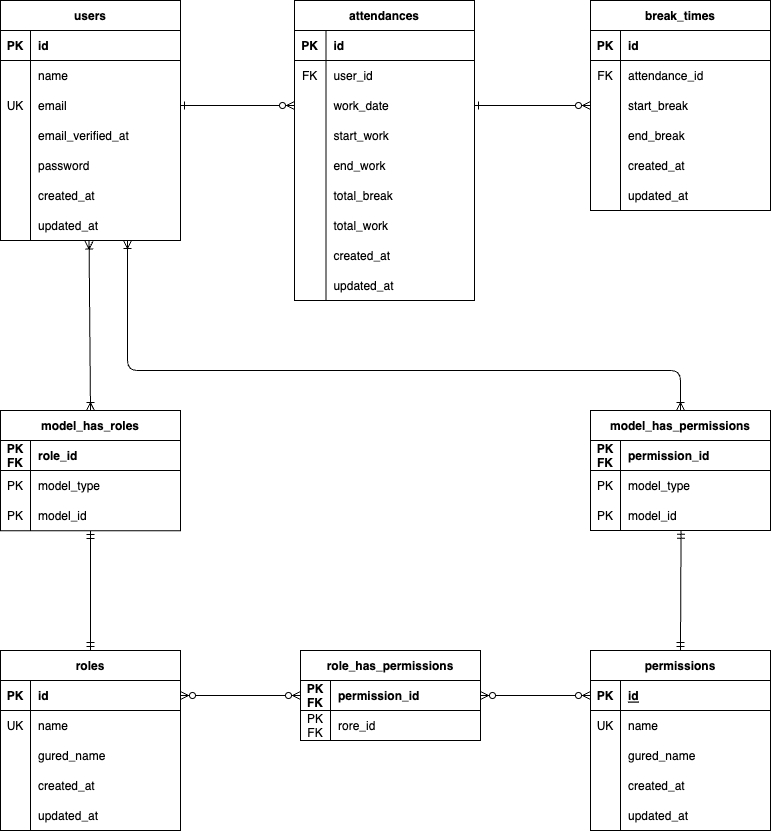
Above: atte-er.drawio.png in mdrgreen39/atte (draw.io), before the change. Source tidied: cells renumbered, new cells last; positions are measured from the earlier drawing's top-left corner, leaving out a move shared by most shapes.
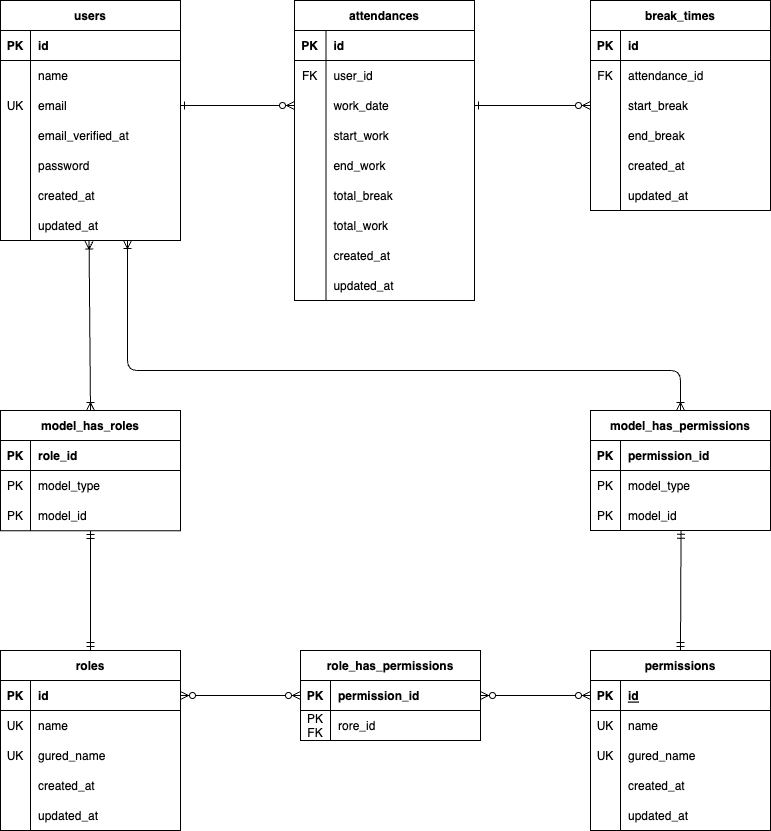
Later version of the same file.

Commit message:
ER図・テーブル図修正

The edit, as a diff of the source:
```diff
@@ -233,7 +233,7 @@
     <mxCell id="78" style="shape=tableRow;horizontal=0;startSize=0;swimlaneHead=0;swimlaneBody=0;fillColor=none;top=0;left=0;right=0;bottom=0;" parent="71" vertex="1">
       <mxGeometry y="90" width="180" height="30" as="geometry" />
     </mxCell>
-    <mxCell id="79" style="shape=partialRectangle;fillColor=none;top=0;left=0;bottom=0;right=0;overflow=hidden;fontColor=#000000;" parent="78" vertex="1">
+    <mxCell id="79" value="UK" style="shape=partialRectangle;fillColor=none;top=0;left=0;bottom=0;right=0;overflow=hidden;fontColor=#000000;" parent="78" vertex="1">
       <mxGeometry width="30" height="30" as="geometry" />
     </mxCell>
     <mxCell id="80" value="gured_name" style="shape=partialRectangle;fillColor=none;top=0;left=0;bottom=0;right=0;align=left;spacingLeft=6;overflow=hidden;fontColor=#000000;" parent="78" vertex="1">
@@ -281,7 +281,7 @@
     <mxCell id="94" style="shape=tableRow;horizontal=0;startSize=0;swimlaneHead=0;swimlaneBody=0;fillColor=none;top=0;left=0;right=0;bottom=0;" parent="87" vertex="1">
       <mxGeometry y="90" width="180" height="30" as="geometry" />
     </mxCell>
-    <mxCell id="95" style="shape=partialRectangle;fillColor=none;top=0;left=0;bottom=0;right=0;overflow=hidden;fontColor=#000000;" parent="94" vertex="1">
+    <mxCell id="95" value="UK" style="shape=partialRectangle;fillColor=none;top=0;left=0;bottom=0;right=0;overflow=hidden;fontColor=#000000;" parent="94" vertex="1">
       <mxGeometry width="30" height="30" as="geometry" />
     </mxCell>
     <mxCell id="96" value="gured_name" style="shape=partialRectangle;fillColor=none;top=0;left=0;bottom=0;right=0;align=left;spacingLeft=6;overflow=hidden;fontColor=#000000;" parent="94" vertex="1">
@@ -311,7 +311,7 @@
     <mxCell id="104" style="shape=tableRow;horizontal=0;startSize=0;swimlaneHead=0;swimlaneBody=0;fillColor=none;points=[[0,0.5],[1,0.5]];portConstraint=eastwest;top=0;left=0;right=0;bottom=1;strokeColor=#000000;" parent="103" vertex="1">
       <mxGeometry y="30" width="180" height="30" as="geometry" />
     </mxCell>
-    <mxCell id="105" value="PK&#10;FK" style="shape=partialRectangle;fillColor=none;top=0;left=0;bottom=0;right=0;fontStyle=1;overflow=hidden;fontColor=#000000;" parent="104" vertex="1">
+    <mxCell id="105" value="PK" style="shape=partialRectangle;fillColor=none;top=0;left=0;bottom=0;right=0;fontStyle=1;overflow=hidden;fontColor=#000000;" parent="104" vertex="1">
       <mxGeometry width="30" height="30" as="geometry" />
     </mxCell>
     <mxCell id="106" value="permission_id" style="shape=partialRectangle;fillColor=none;top=0;left=0;bottom=0;right=0;align=left;spacingLeft=6;fontStyle=1;overflow=hidden;fontColor=#000000;" parent="104" vertex="1">
@@ -332,7 +332,7 @@
     <mxCell id="111" style="shape=tableRow;horizontal=0;startSize=0;swimlaneHead=0;swimlaneBody=0;fillColor=none;top=0;left=0;right=0;bottom=1;strokeColor=#000000;" parent="110" vertex="1">
       <mxGeometry y="30" width="180" height="30" as="geometry" />
     </mxCell>
-    <mxCell id="112" value="PK&#10;FK" style="shape=partialRectangle;fillColor=none;top=0;left=0;bottom=0;right=0;fontStyle=1;overflow=hidden;fontColor=#000000;strokeColor=#000000;" parent="111" vertex="1">
+    <mxCell id="112" value="PK" style="shape=partialRectangle;fillColor=none;top=0;left=0;bottom=0;right=0;fontStyle=1;overflow=hidden;fontColor=#000000;strokeColor=#000000;" parent="111" vertex="1">
       <mxGeometry width="30" height="30" as="geometry" />
     </mxCell>
     <mxCell id="113" value="role_id" style="shape=partialRectangle;fillColor=none;top=0;left=0;bottom=0;right=0;align=left;spacingLeft=6;fontStyle=1;overflow=hidden;fontColor=#000000;strokeColor=#000000;" parent="111" vertex="1">
@@ -362,7 +362,7 @@
     <mxCell id="121" style="shape=tableRow;horizontal=0;startSize=0;swimlaneHead=0;swimlaneBody=0;fillColor=none;top=0;left=0;right=0;bottom=1;strokeColor=#000000;" parent="120" vertex="1">
       <mxGeometry y="30" width="180" height="30" as="geometry" />
     </mxCell>
-    <mxCell id="122" value="PK&#10;FK" style="shape=partialRectangle;fillColor=none;top=0;left=0;bottom=0;right=0;fontStyle=1;overflow=hidden;strokeColor=#000000;fontColor=#000000;" parent="121" vertex="1">
+    <mxCell id="122" value="PK" style="shape=partialRectangle;fillColor=none;top=0;left=0;bottom=0;right=0;fontStyle=1;overflow=hidden;strokeColor=#000000;fontColor=#000000;" parent="121" vertex="1">
       <mxGeometry width="30" height="30" as="geometry" />
     </mxCell>
     <mxCell id="123" value="permission_id" style="shape=partialRectangle;fillColor=none;top=0;left=0;bottom=0;right=0;align=left;spacingLeft=6;fontStyle=1;overflow=hidden;strokeColor=#000000;fontColor=#000000;" parent="121" vertex="1">
```
